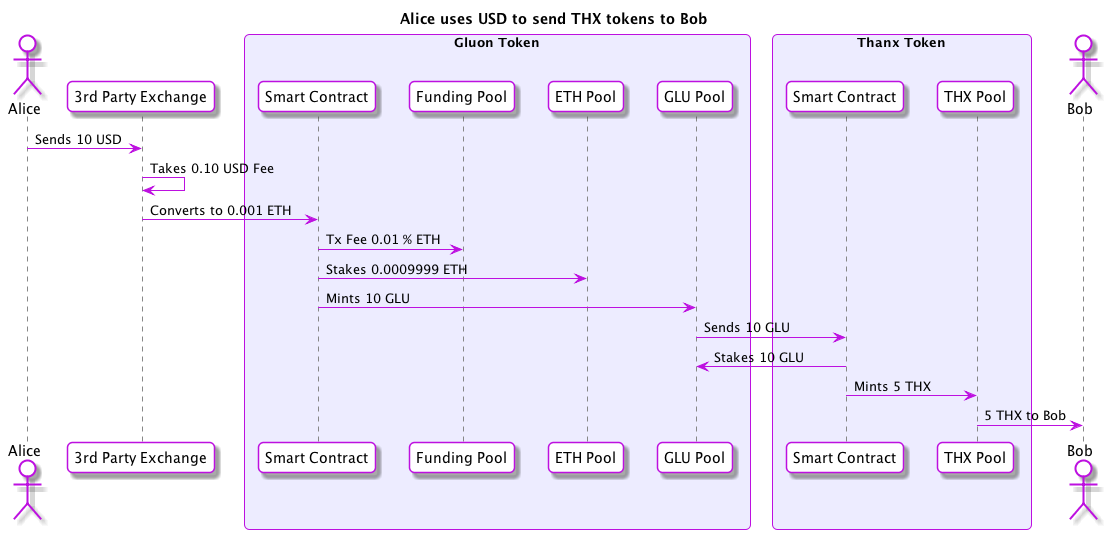
This is flows/usd-to-thx.png from gluon-project/gluon-specs, a PlantUML export, as it was before one commit.
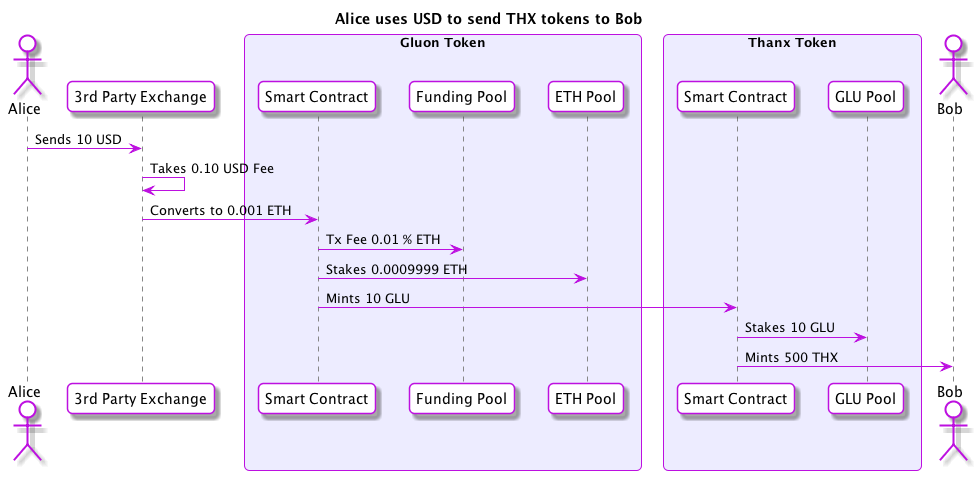
Above is the later version.

Commit message:
Moving GLU pool to THX contract

What changed in the source:
```diff
@@ -33,11 +33,10 @@
   participant "Smart Contract" as GluonSC
   participant "Funding Pool" as FundingPool
   participant "ETH Pool" as ETHPool
-  participant "GLU Pool" as GLUPool
 end box
 box "Thanx Token"
   participant "Smart Contract" as ThanxSC
-  participant "THX Pool" as THXPool
+  participant "GLU Pool" as THXGLUPool
 end box
 actor Bob
 
@@ -46,10 +45,8 @@
 Exchange -> GluonSC : Converts to 0.001 ETH
 GluonSC -> FundingPool : Tx Fee 0.01 % ETH
 GluonSC -> ETHPool : Stakes 0.0009999 ETH
-GluonSC -> GLUPool : Mints 10 GLU
-GLUPool -> ThanxSC : Sends 10 GLU
-ThanxSC -> GLUPool : Stakes 10 GLU
-ThanxSC -> THXPool : Mints 5 THX
-THXPool -> Bob : 5 THX to Bob
+GluonSC -> ThanxSC : Mints 10 GLU
+ThanxSC -> THXGLUPool : Stakes 10 GLU
+ThanxSC -> Bob : Mints 500 THX
 
 @enduml
```
